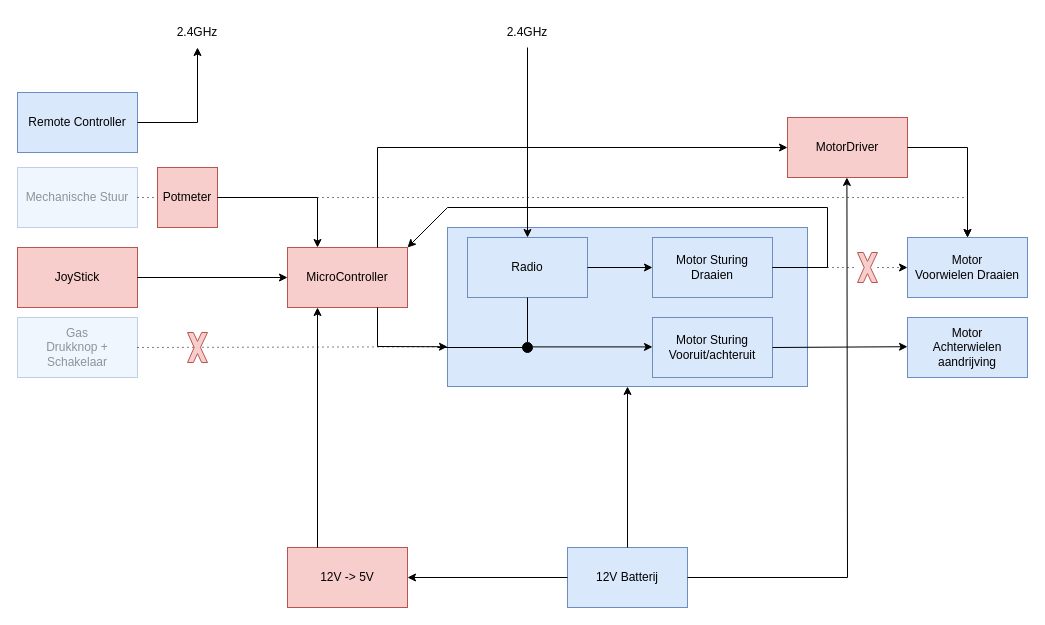
vives-project-xp/GoBabyGo2.0 keeps this draw.io diagram as page "Blok diagram nieuw archtectuur" (7 of 7) of ArchitectuurDocumenten/Architectuur.drawio. Above is the earlier version. Source tidied: cells renumbered, new cells numbered last; positions are measured from the earlier drawing's top-left corner, leaving out a move shared by most shapes. Both pictures are drawn from the tidied source at 100%, with x=0, y=0 at pixel (17, 17).
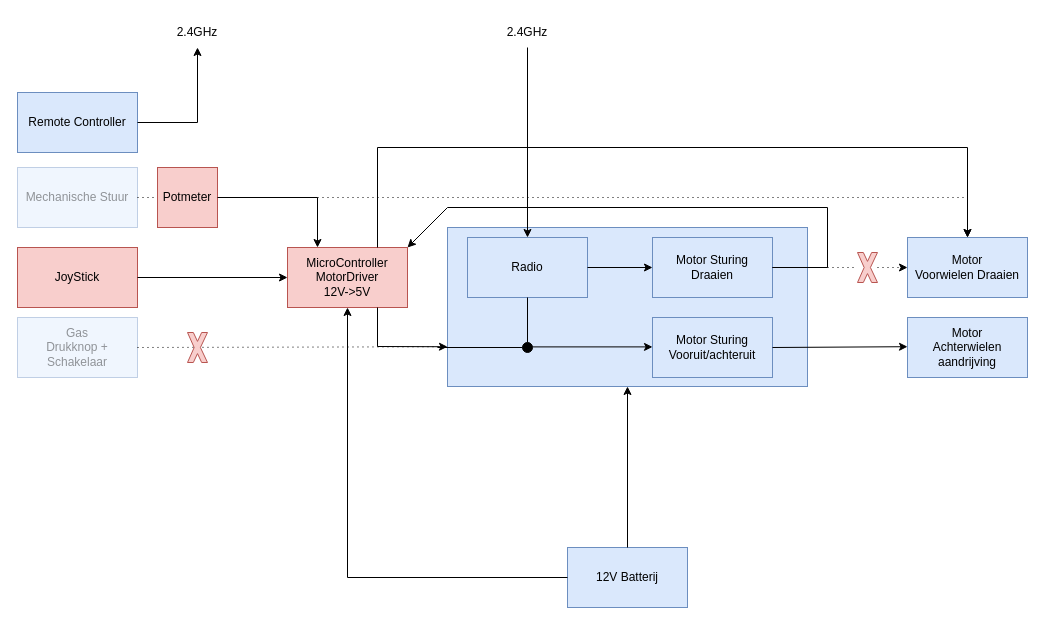
Above is the later version.

The change refers to these unchanged cells:
```xml
<mxCell id="13" value="Motor&lt;br&gt;Voorwielen Draaien" style="rounded=0;whiteSpace=wrap;html=1;fillColor=#dae8fc;strokeColor=#6c8ebf;" parent="1" vertex="1">
  <mxGeometry x="890" y="220" width="120" height="60" as="geometry" />
</mxCell>
<mxCell id="23" value="12V Batterij" style="rounded=0;whiteSpace=wrap;html=1;fillColor=#dae8fc;strokeColor=#6c8ebf;" parent="1" vertex="1">
  <mxGeometry x="550" y="530" width="120" height="60" as="geometry" />
</mxCell>
```

The edit, as a diff of the source:
```diff
@@
-    <mxCell id="28" value="MicroController" style="rounded=0;whiteSpace=wrap;html=1;fillColor=#f8cecc;strokeColor=#b85450;" parent="1" vertex="1">
+    <mxCell id="28" value="MicroController&lt;br&gt;MotorDriver&lt;br&gt;12V-&amp;gt;5V" style="rounded=0;whiteSpace=wrap;html=1;fillColor=#f8cecc;strokeColor=#b85450;" parent="1" vertex="1">
       <mxGeometry x="270" y="230" width="120" height="60" as="geometry" />
     </mxCell>
@@
-    <mxCell id="34" style="endArrow=classic;html=1;rounded=0;entryX=0;entryY=0.5;entryDx=0;entryDy=0;" parent="1" edge="1" target="35">
+    <mxCell id="34" style="endArrow=classic;html=1;rounded=0;entryX=0.5;entryY=0;entryDx=0;entryDy=0;" parent="1" edge="1" target="13">
       <mxGeometry relative="1" as="geometry">
         <mxPoint x="360" y="230" as="sourcePoint" />
         <Array as="points">
           <mxPoint x="360" y="130" />
+          <mxPoint x="950" y="130" />
         </Array>
       </mxGeometry>
     </mxCell>
-    <mxCell id="35" value="MotorDriver" style="rounded=0;whiteSpace=wrap;html=1;fillColor=#f8cecc;strokeColor=#b85450;" parent="1" vertex="1">
-      <mxGeometry x="770" y="100" width="120" height="60" as="geometry" />
-    </mxCell>
-    <mxCell id="36" style="endArrow=classic;html=1;rounded=0;exitX=1;exitY=0.5;exitDx=0;exitDy=0;entryX=0.5;entryY=0;entryDx=0;entryDy=0;" parent="1" edge="1" source="35" target="13">
-      <mxGeometry relative="1" as="geometry">
-        <Array as="points">
-          <mxPoint x="950" y="130" />
-        </Array>
-      </mxGeometry>
-    </mxCell>
-    <mxCell id="37" style="endArrow=classic;html=1;rounded=0;exitX=1;exitY=0.5;exitDx=0;exitDy=0;entryX=0.5;entryY=1;entryDx=0;entryDy=0;" parent="1" edge="1" source="23">
-      <mxGeometry relative="1" as="geometry">
-        <mxPoint x="829.4" y="160" as="targetPoint" />
-        <Array as="points">
-          <mxPoint x="830" y="560" />
-        </Array>
-      </mxGeometry>
-    </mxCell>
-    <mxCell id="38" value="12V -&amp;gt; 5V" style="rounded=0;whiteSpace=wrap;html=1;fillColor=#f8cecc;strokeColor=#b85450;" parent="1" vertex="1">
-      <mxGeometry x="270" y="530" width="120" height="60" as="geometry" />
-    </mxCell>
-    <mxCell id="39" style="endArrow=classic;html=1;rounded=0;entryX=1;entryY=0.5;entryDx=0;entryDy=0;exitX=0;exitY=0.5;exitDx=0;exitDy=0;" parent="1" edge="1" source="23" target="38">
-      <mxGeometry relative="1" as="geometry" />
+    <mxCell id="39" style="endArrow=classic;html=1;rounded=0;entryX=0.5;entryY=1;entryDx=0;entryDy=0;exitX=0;exitY=0.5;exitDx=0;exitDy=0;" parent="1" edge="1" source="23" target="28">
+      <mxGeometry relative="1" as="geometry">
+        <Array as="points">
+          <mxPoint x="330" y="560" />
+        </Array>
+      </mxGeometry>
     </mxCell>
-    <mxCell id="40" style="endArrow=classic;html=1;rounded=0;exitX=0.25;exitY=0;exitDx=0;exitDy=0;entryX=0.25;entryY=1;entryDx=0;entryDy=0;" parent="1" edge="1" source="38" target="28">
-      <mxGeometry relative="1" as="geometry" />
-    </mxCell>
```
